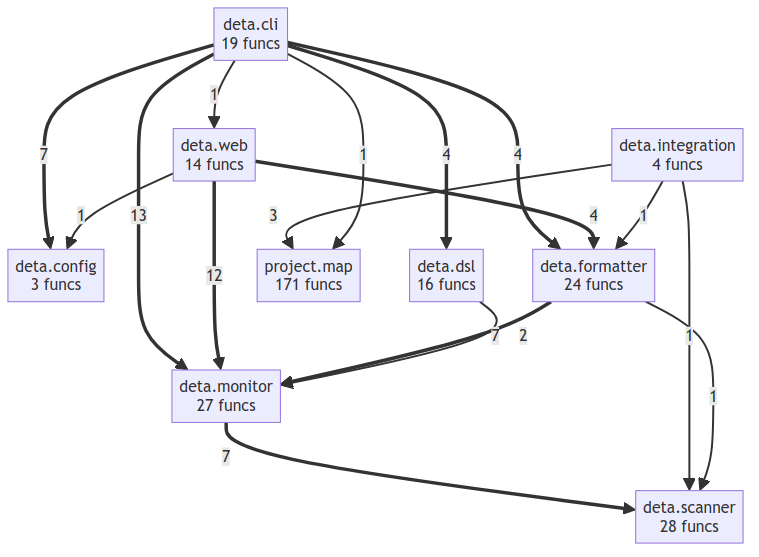
semcod/deta keeps this Mermaid diagram as project/compact_flow.png. Above is the earlier version. Its source is kept beside it as project/compact_flow.mmd.
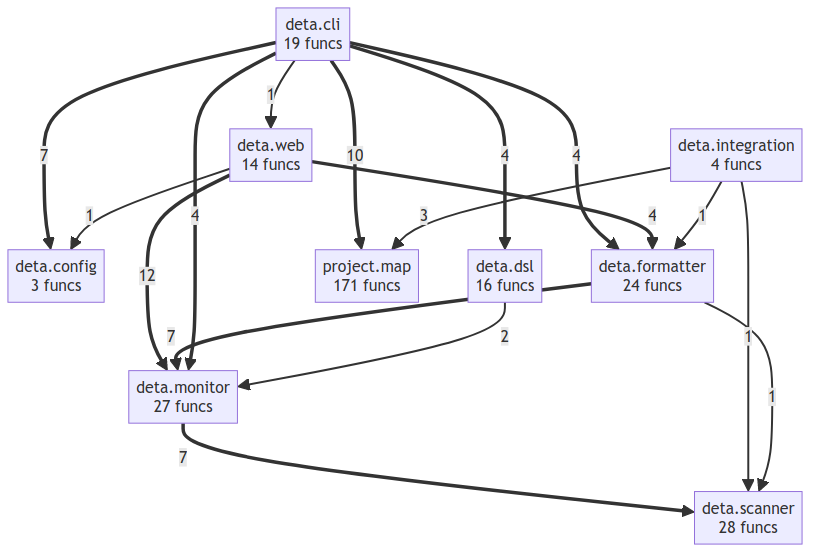
After the commit.

What changed in the source:
```diff
@@ -8,17 +8,17 @@
     deta__scanner["deta.scanner<br/>28 funcs"]
     deta__web["deta.web<br/>14 funcs"]
     project__map["project.map<br/>171 funcs"]
-    deta__cli ==>|13| deta__monitor
     deta__web ==>|12| deta__monitor
+    deta__cli ==>|10| project__map
     deta__cli ==>|7| deta__config
     deta__monitor ==>|7| deta__scanner
     deta__formatter ==>|7| deta__monitor
+    deta__cli ==>|4| deta__monitor
     deta__cli ==>|4| deta__formatter
     deta__cli ==>|4| deta__dsl
     deta__web ==>|4| deta__formatter
     deta__integration -->|3| project__map
     deta__dsl -->|2| deta__monitor
-    deta__cli -->|1| project__map
     deta__cli -->|1| deta__web
     deta__web -->|1| deta__config
     deta__integration -->|1| deta__formatter
```
